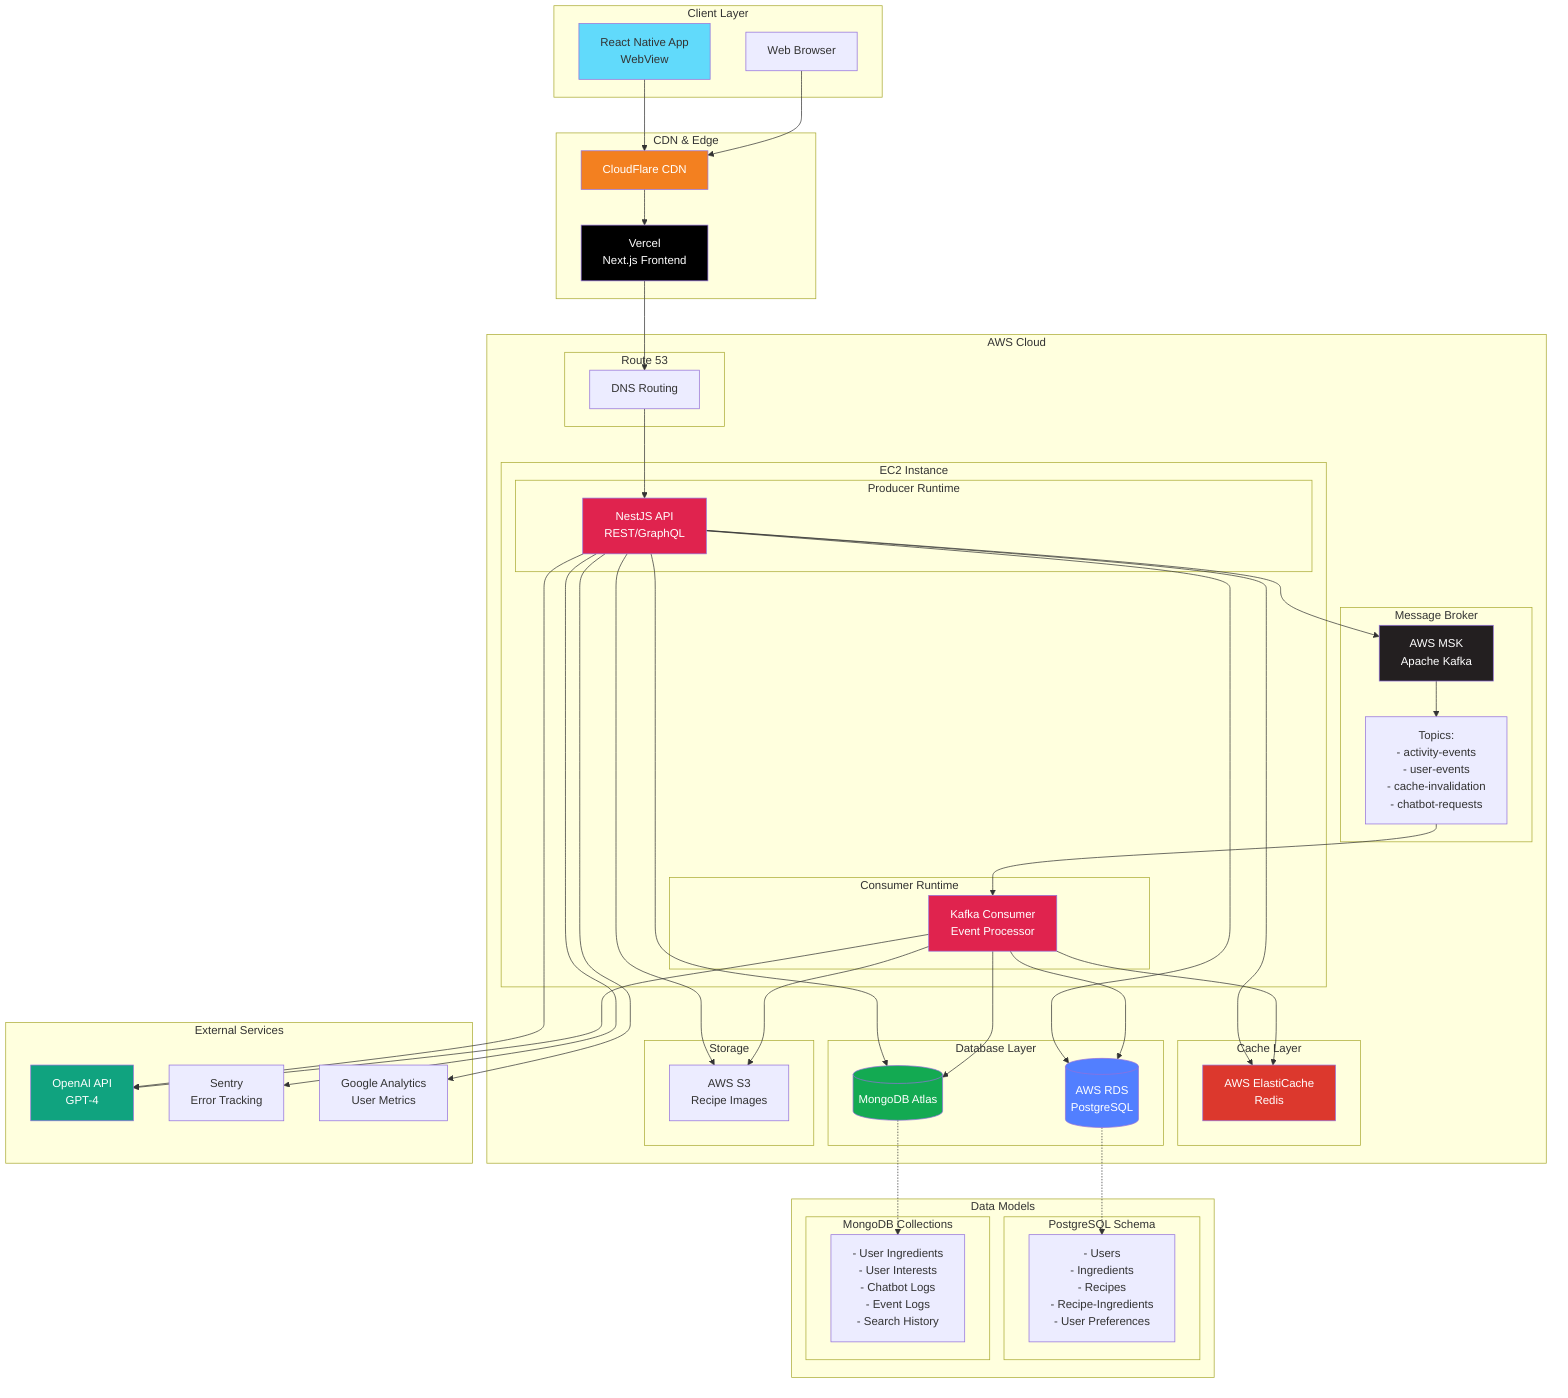
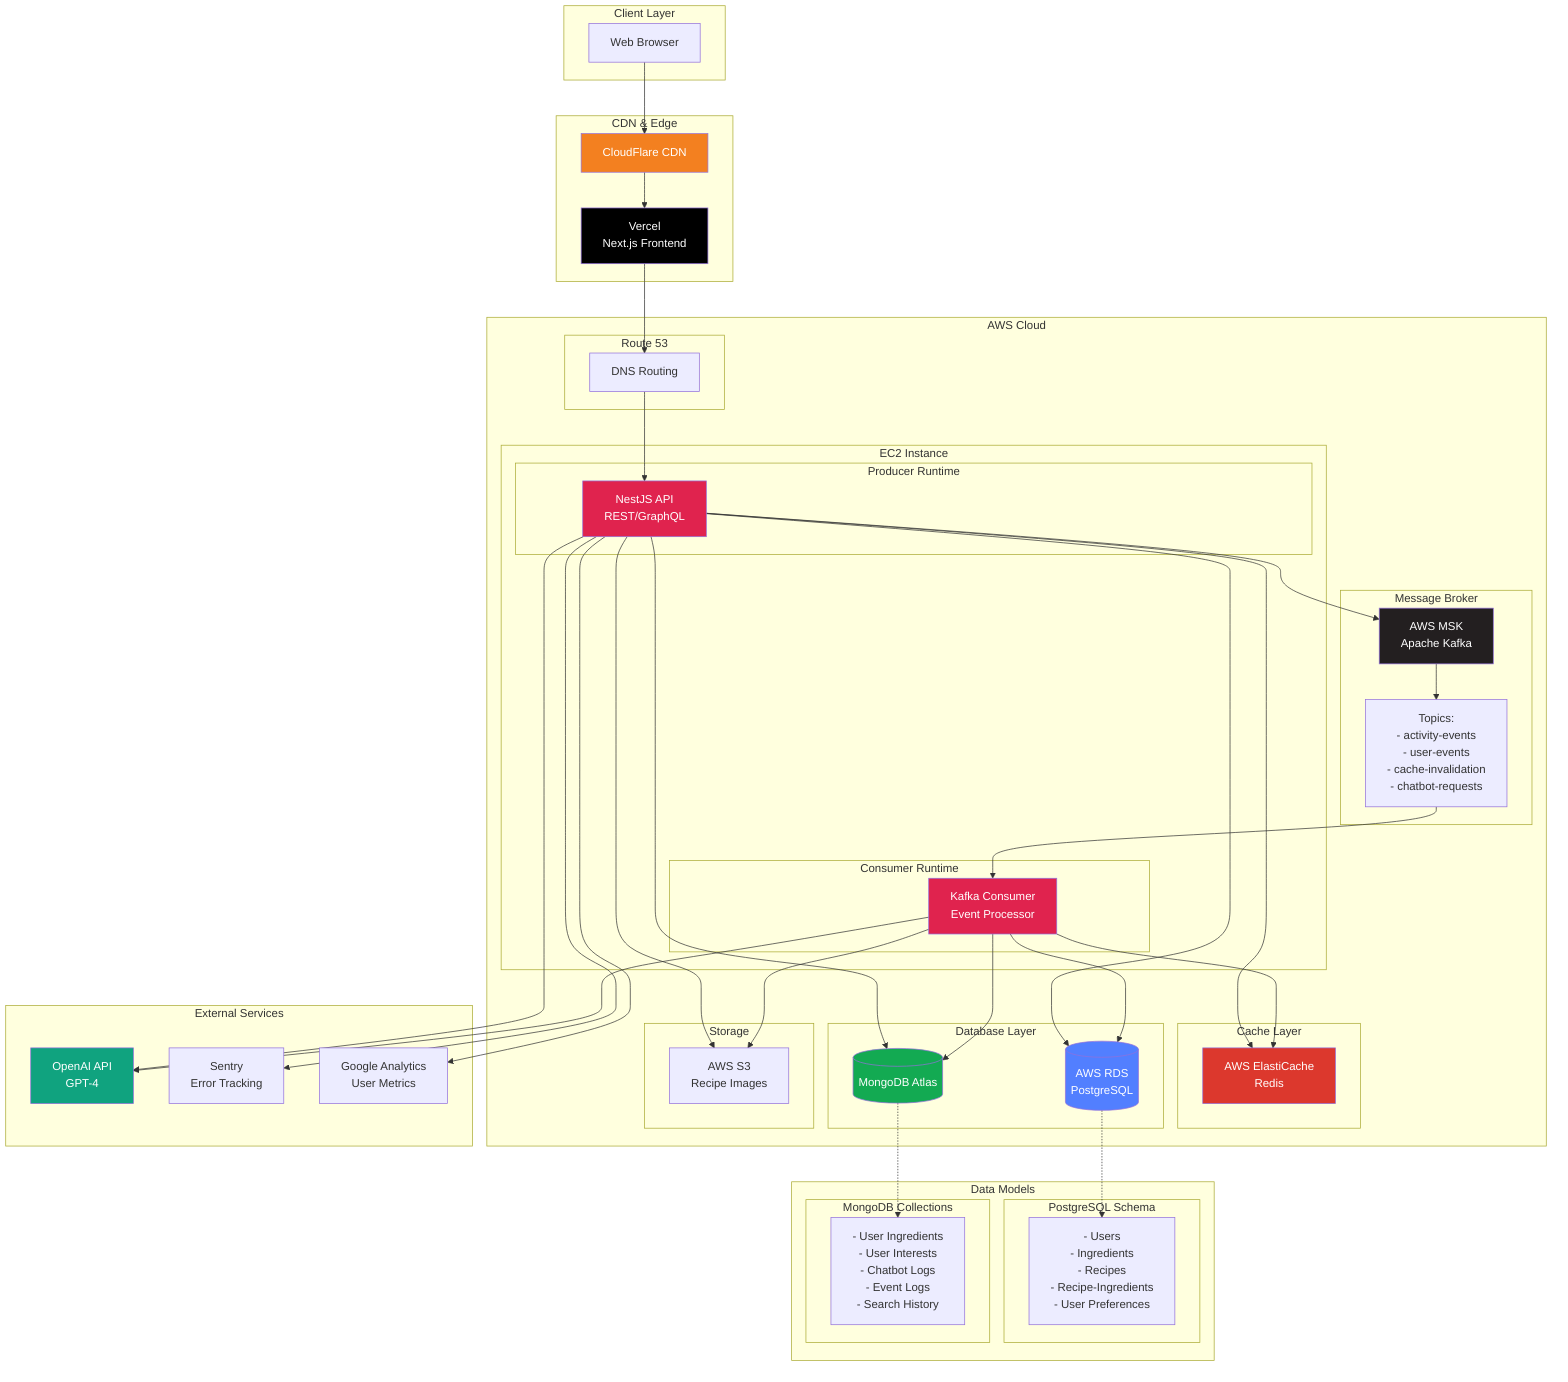
graph TB
    subgraph "Client Layer"
-         RN[React Native App<br/>WebView]
        WEB[Web Browser]
    end

    subgraph "CDN & Edge"
        CF[CloudFlare CDN]
        VERCEL[Vercel<br/>Next.js Frontend]
    end

    subgraph "AWS Cloud"
        subgraph "Route 53"
            R53[DNS Routing]
        end

        subgraph "EC2 Instance"
            subgraph "Producer Runtime"
                API[NestJS API<br/>REST/GraphQL]
            end
            subgraph "Consumer Runtime"
                CONSUMER[Kafka Consumer<br/>Event Processor]
            end
        end

        subgraph "Message Broker"
            MSK[AWS MSK<br/>Apache Kafka]
            TOPICS["Topics:<br/>- activity-events<br/>- user-events<br/>- cache-invalidation<br/>- chatbot-requests"]
        end

        subgraph "Cache Layer"
            REDIS[AWS ElastiCache<br/>Redis]
        end

        subgraph "Database Layer"
            RDS[(AWS RDS<br/>PostgreSQL)]
            MONGO[(MongoDB Atlas)]
        end

        subgraph "Storage"
            S3[AWS S3<br/>Recipe Images]
        end
    end

    subgraph "External Services"
        OPENAI[OpenAI API<br/>GPT-4]
        SENTRY[Sentry<br/>Error Tracking]
        GA[Google Analytics<br/>User Metrics]
    end

    subgraph "Data Models"
        subgraph "PostgreSQL Schema"
            SQL_DATA["- Users<br/>- Ingredients<br/>- Recipes<br/>- Recipe-Ingredients<br/>- User Preferences"]
        end
        subgraph "MongoDB Collections"
            NOSQL_DATA["- User Ingredients<br/>- User Interests<br/>- Chatbot Logs<br/>- Event Logs<br/>- Search History"]
        end
    end

    %% Client Connections
-     RN --> CF
    WEB --> CF
    CF --> VERCEL
    VERCEL --> R53
    R53 --> API

    %% API Connections
    API --> REDIS
    API --> RDS
    API --> MONGO
    API --> MSK
    API --> S3
    API --> OPENAI
    API --> SENTRY
    API --> GA

    %% Kafka Flow
    MSK --> TOPICS
    TOPICS --> CONSUMER

    %% Consumer Connections
    CONSUMER --> REDIS
    CONSUMER --> RDS
    CONSUMER --> MONGO
    CONSUMER --> OPENAI
    CONSUMER --> S3

    %% Data Model References
    RDS -.-> SQL_DATA
    MONGO -.-> NOSQL_DATA

-     style RN fill:#61dafb
    style VERCEL fill:#000000,color:#fff
    style API fill:#e0234e,color:#fff
    style CONSUMER fill:#e0234e,color:#fff
    style MSK fill:#231f20,color:#fff
    style REDIS fill:#dc382d,color:#fff
    style RDS fill:#527fff,color:#fff
    style MONGO fill:#13aa52,color:#fff
    style OPENAI fill:#10a37f,color:#fff
    style CF fill:#f38020,color:#fff